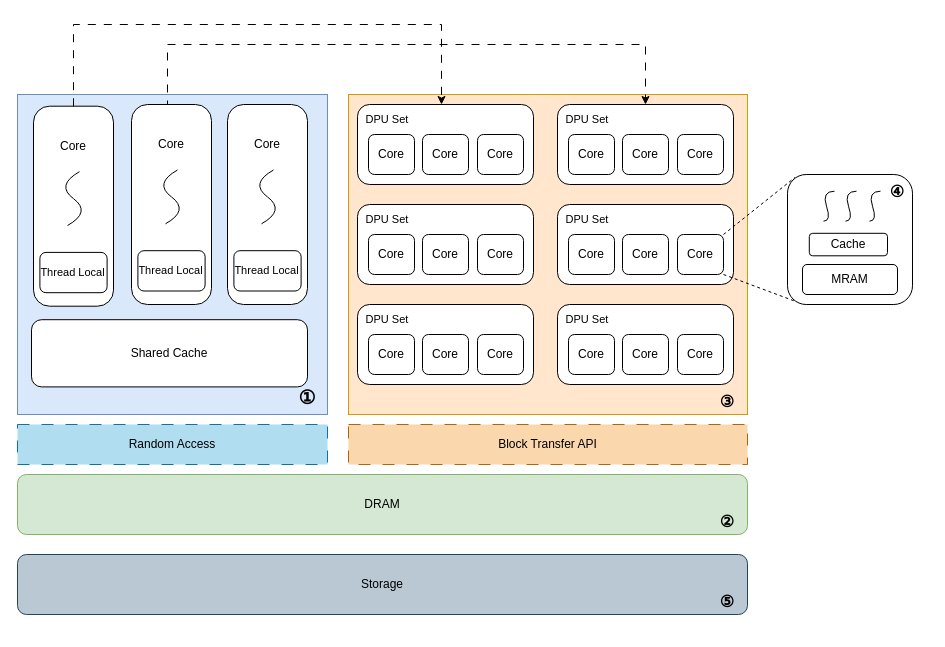
The draw.io diagram p1.drawio in cnissnzg/picture, before the edit. Source tidied: cells renumbered, new cells numbered last; positions are measured from the earlier drawing's top-left corner, leaving out a move shared by most shapes. Both pictures are drawn from the tidied source at 100%, with x=0, y=0 at pixel (17, 24).
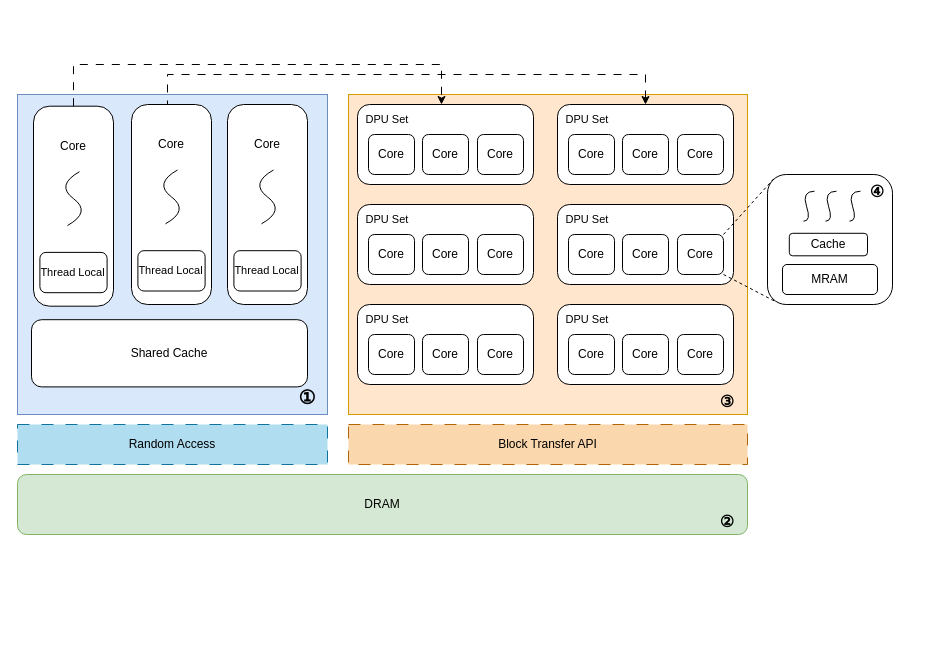
Above is the later version.

The change refers to these unchanged cells:
```xml
<mxCell id="7" value="Core" style="rounded=1;whiteSpace=wrap;html=1;spacingTop=0;spacingBottom=120;arcSize=20;spacingLeft=0;" parent="6" vertex="1">
  <mxGeometry width="80" height="200" as="geometry" />
</mxCell>
<mxCell id="11" value="Core" style="rounded=1;whiteSpace=wrap;html=1;spacingTop=0;spacingBottom=120;arcSize=20;spacingLeft=0;" parent="10" vertex="1">
  <mxGeometry width="80" height="200" as="geometry" />
</mxCell>
<mxCell id="25" style="rounded=1;whiteSpace=wrap;html=1;" parent="24" vertex="1">
  <mxGeometry width="176" height="80" as="geometry" />
</mxCell>
```

Change to the diagram source:
```diff
@@
     <mxCell id="54" style="edgeStyle=orthogonalEdgeStyle;rounded=0;jettySize=auto;html=1;entryX=0.5;entryY=1;entryDx=0;entryDy=0;exitX=0.5;exitY=0;exitDx=0;exitDy=0;dashed=1;dashPattern=8 8;" parent="1" edge="1" source="7">
       <mxGeometry relative="1" as="geometry">
         <mxPoint x="424" y="80" as="targetPoint" />
         <Array as="points">
-          <mxPoint x="56" />
-          <mxPoint x="424" />
+          <mxPoint x="56" y="40" />
+          <mxPoint x="424" y="40" />
         </Array>
       </mxGeometry>
     </mxCell>
     <mxCell id="55" style="edgeStyle=orthogonalEdgeStyle;rounded=0;jettySize=auto;html=1;entryX=0.5;entryY=0;entryDx=0;entryDy=0;exitX=0.5;exitY=0;exitDx=0;exitDy=0;dashed=1;dashPattern=8 8;" parent="1" edge="1" source="11" target="25">
       <mxGeometry relative="1" as="geometry">
         <Array as="points">
           <mxPoint x="150" y="80" />
-          <mxPoint x="150" y="20" />
-          <mxPoint x="628" y="20" />
+          <mxPoint x="150" y="50" />
+          <mxPoint x="628" y="50" />
         </Array>
       </mxGeometry>
     </mxCell>
     <mxCell id="56" style="group;" parent="1" vertex="1">
-      <mxGeometry x="770" y="150" width="140" height="130" as="geometry" />
+      <mxGeometry x="750" y="150" width="140" height="130" as="geometry" />
     </mxCell>
@@
-    <mxCell id="71" value="Storage" style="rounded=1;whiteSpace=wrap;html=1;fillColor=#bac8d3;strokeColor=#23445d;" parent="1" vertex="1">
-      <mxGeometry y="530" width="730" height="60" as="geometry" />
-    </mxCell>
-    <mxCell id="72" value="&lt;h1&gt;&lt;span style=&quot;font-size: 16px;&quot;&gt;⑤&lt;/span&gt;&lt;/h1&gt;" style="text;html=1;strokeColor=none;fillColor=none;align=center;verticalAlign=middle;whiteSpace=wrap;rounded=0;" parent="1" vertex="1">
-      <mxGeometry x="680" y="560" width="60" height="30" as="geometry" />
-    </mxCell>
```
